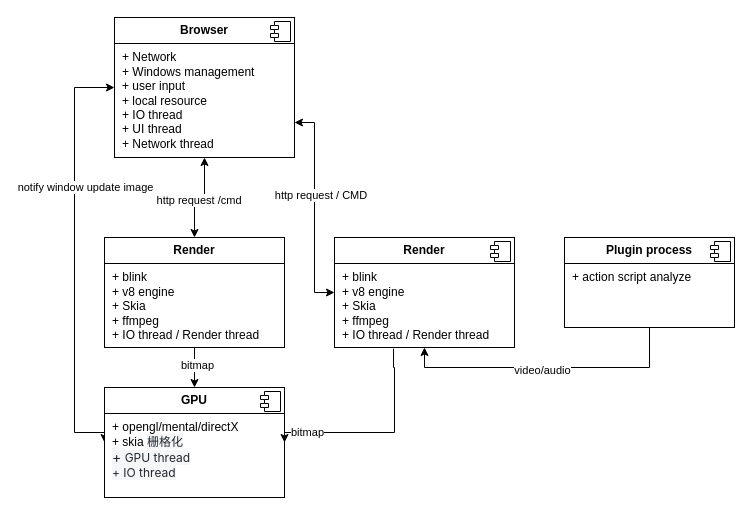
Above: CEF架构图.drawio in genius52/graphic (draw.io), before the change. Source tidied: cells renumbered, new cells numbered last; positions are measured from the earlier drawing's top-left corner, leaving out a move shared by most shapes. Both pictures are drawn from the tidied source at 100%, with x=0, y=0 at pixel (74, 17).
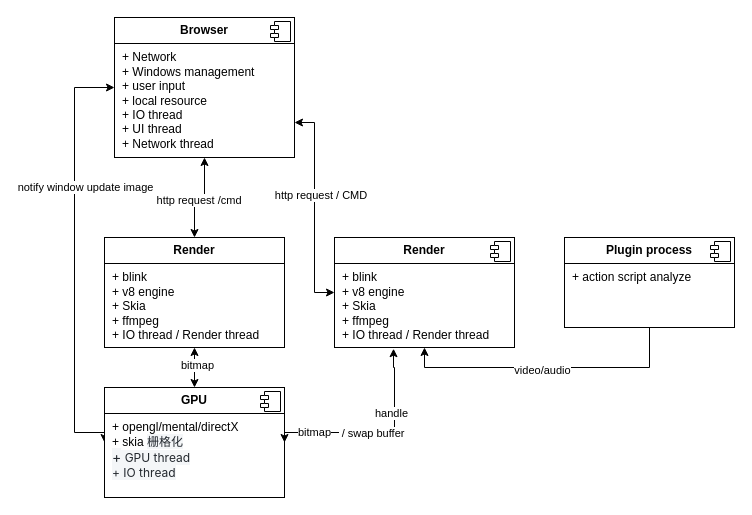
After the change.

Commit message:
更新CEF架构图.drawio

The change refers to these unchanged cells:
```xml
<mxCell id="6" value="&lt;p style=&quot;margin:0px;margin-top:6px;text-align:center;&quot;&gt;&lt;b&gt;Render&lt;/b&gt;&lt;/p&gt;&lt;hr size=&quot;1&quot; style=&quot;border-style:solid;&quot;&gt;&lt;p style=&quot;margin:0px;margin-left:8px;&quot;&gt;+ blink&lt;br&gt;+ v8 engine&lt;/p&gt;&lt;p style=&quot;margin:0px;margin-left:8px;&quot;&gt;+ Skia&lt;/p&gt;&lt;p style=&quot;margin:0px;margin-left:8px;&quot;&gt;+ ffmpeg&lt;/p&gt;&lt;p style=&quot;margin:0px;margin-left:8px;&quot;&gt;+ IO thread / Render thread&lt;/p&gt;" style="align=left;overflow=fill;html=1;whiteSpace=wrap;" parent="1" vertex="1">
  <mxGeometry x="30" y="220" width="180" height="110" as="geometry" />
</mxCell>
<mxCell id="9" value="&lt;p style=&quot;margin:0px;margin-top:6px;text-align:center;&quot;&gt;&lt;b&gt;GPU&lt;/b&gt;&lt;/p&gt;&lt;hr size=&quot;1&quot; style=&quot;border-style:solid;&quot;&gt;&lt;p style=&quot;margin:0px;margin-left:8px;&quot;&gt;+ opengl/mental/directX&lt;br&gt;+ skia&lt;font&gt;&amp;nbsp;&lt;span style=&quot;background-color: rgb(244, 246, 248); color: rgb(36, 41, 47); font-family: -apple-system, &amp;quot;system-ui&amp;quot;, &amp;quot;Segoe UI&amp;quot;, &amp;quot;Noto Sans&amp;quot;, Helvetica, Arial, sans-serif, &amp;quot;Apple Color Emoji&amp;quot;, &amp;quot;Segoe UI Emoji&amp;quot;; white-space-collapse: preserve;&quot;&gt;栅格化&lt;/span&gt;&lt;/font&gt;&lt;/p&gt;&lt;p style=&quot;margin:0px;margin-left:8px;&quot;&gt;&lt;span style=&quot;background-color: rgb(244, 246, 248); color: rgb(36, 41, 47); font-family: -apple-system, &amp;quot;system-ui&amp;quot;, &amp;quot;Segoe UI&amp;quot;, &amp;quot;Noto Sans&amp;quot;, Helvetica, Arial, sans-serif, &amp;quot;Apple Color Emoji&amp;quot;, &amp;quot;Segoe UI Emoji&amp;quot;; font-size: 14px; white-space-collapse: preserve;&quot;&gt;+&lt;/span&gt;&lt;span style=&quot;background-color: rgb(244, 246, 248); color: rgb(36, 41, 47); font-family: -apple-system, &amp;quot;system-ui&amp;quot;, &amp;quot;Segoe UI&amp;quot;, &amp;quot;Noto Sans&amp;quot;, Helvetica, Arial, sans-serif, &amp;quot;Apple Color Emoji&amp;quot;, &amp;quot;Segoe UI Emoji&amp;quot;; white-space-collapse: preserve;&quot;&gt;&lt;font&gt; GPU thread&lt;/font&gt;&lt;/span&gt;&lt;/p&gt;&lt;p style=&quot;margin:0px;margin-left:8px;&quot;&gt;&lt;span style=&quot;background-color: rgb(244, 246, 248); color: rgb(36, 41, 47); font-family: -apple-system, &amp;quot;system-ui&amp;quot;, &amp;quot;Segoe UI&amp;quot;, &amp;quot;Noto Sans&amp;quot;, Helvetica, Arial, sans-serif, &amp;quot;Apple Color Emoji&amp;quot;, &amp;quot;Segoe UI Emoji&amp;quot;; white-space-collapse: preserve;&quot;&gt;&lt;font&gt;+ IO thread&lt;/font&gt;&lt;/span&gt;&lt;/p&gt;" style="align=left;overflow=fill;html=1;whiteSpace=wrap;" parent="1" vertex="1">
  <mxGeometry x="30" y="370" width="180" height="110" as="geometry" />
</mxCell>
<mxCell id="15" value="&lt;p style=&quot;margin:0px;margin-top:6px;text-align:center;&quot;&gt;&lt;b&gt;Render&lt;/b&gt;&lt;/p&gt;&lt;hr size=&quot;1&quot; style=&quot;border-style:solid;&quot;&gt;&lt;p style=&quot;margin:0px;margin-left:8px;&quot;&gt;+ blink&lt;br&gt;+ v8 engine&lt;/p&gt;&lt;p style=&quot;margin:0px;margin-left:8px;&quot;&gt;+ Skia&lt;/p&gt;&lt;p style=&quot;margin:0px;margin-left:8px;&quot;&gt;+ ffmpeg&lt;/p&gt;&lt;p style=&quot;margin:0px;margin-left:8px;&quot;&gt;+ IO thread /&amp;nbsp;&lt;span style=&quot;background-color: initial;&quot;&gt;Render thread&lt;/span&gt;&lt;/p&gt;" style="align=left;overflow=fill;html=1;whiteSpace=wrap;" parent="1" vertex="1">
  <mxGeometry x="260" y="220" width="180" height="110" as="geometry" />
</mxCell>
```

What changed in the source:
```diff
@@
-    <mxCell id="4" style="edgeStyle=orthogonalEdgeStyle;rounded=0;jettySize=auto;html=1;" parent="1" edge="1" source="6" target="9">
+    <mxCell id="4" style="edgeStyle=orthogonalEdgeStyle;rounded=0;jettySize=auto;html=1;startArrow=classic;startFill=1;" parent="1" edge="1" source="6" target="9">
       <mxGeometry relative="1" as="geometry" />
     </mxCell>
@@
-    <mxCell id="13" style="edgeStyle=orthogonalEdgeStyle;rounded=0;jettySize=auto;html=1;entryX=1;entryY=0.5;entryDx=0;entryDy=0;exitX=0.328;exitY=1.011;exitDx=0;exitDy=0;exitPerimeter=0;" parent="1" edge="1" source="15" target="9">
+    <mxCell id="13" style="edgeStyle=orthogonalEdgeStyle;rounded=0;jettySize=auto;html=1;entryX=1;entryY=0.5;entryDx=0;entryDy=0;exitX=0.328;exitY=1.011;exitDx=0;exitDy=0;exitPerimeter=0;startArrow=classic;startFill=1;" parent="1" edge="1" source="15" target="9">
       <mxGeometry relative="1" as="geometry">
         <Array as="points">
           <mxPoint x="319" y="350" />
           <mxPoint x="320" y="350" />
           <mxPoint x="320" y="415" />
         </Array>
       </mxGeometry>
     </mxCell>
     <mxCell id="14" value="bitmap" style="edgeLabel;html=1;align=center;verticalAlign=middle;" parent="13" vertex="1">
-      <mxGeometry x="0.68" y="-1" relative="1" as="geometry" />
+      <mxGeometry x="0.68" y="-1" relative="1" as="geometry">
+        <mxPoint x="7" as="offset" />
+      </mxGeometry>
     </mxCell>
+    <mxCell id="23" value="&amp;nbsp;/ swap buffer" style="edgeLabel;html=1;align=center;verticalAlign=middle;" parent="13" vertex="1">
+      <mxGeometry x="0.05" relative="1" as="geometry" />
+    </mxCell>
+    <mxCell id="24" value="handle" style="edgeLabel;html=1;align=center;verticalAlign=middle;" parent="13" vertex="1">
+      <mxGeometry x="-0.37" y="-4" relative="1" as="geometry" />
+    </mxCell>
```
